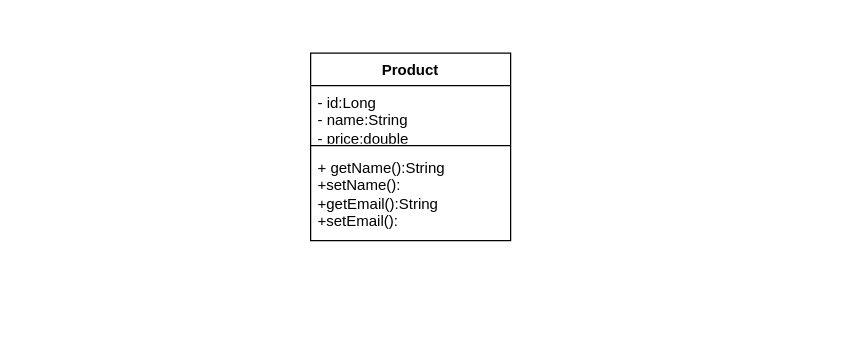
Earlier version of the draw.io diagram docs/uml/Product.drawio (SKA1117/products-api). Source tidied: cells renumbered, new cells numbered last; positions are measured from the earlier drawing's top-left corner, leaving out a move shared by most shapes. Both pictures are drawn from the tidied source at 125%, with x=0, y=0 at pixel (310, 52).
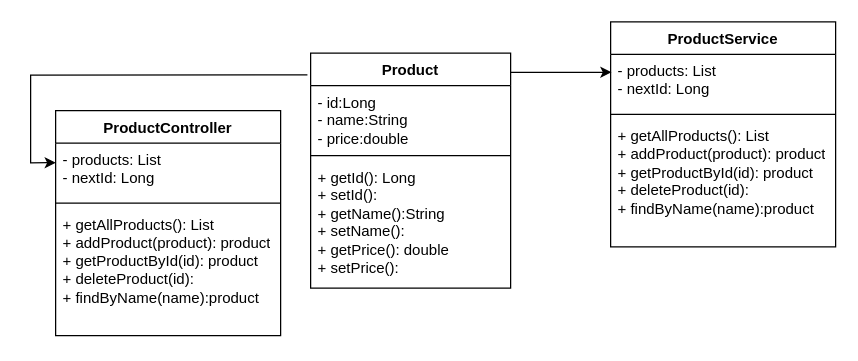
After the change.

Commit message (it also covers changes not shown here):
Tutorial 3: ProductService with List - four CRUD endpoints working

What changed in the source:
```diff
@@
 <mxGraphModel>
   <root>
     <mxCell id="0" />
     <mxCell id="1" parent="0" />
     <mxCell id="2" value="Product" style="swimlane;fontStyle=1;align=center;verticalAlign=top;horizontal=1;startSize=26;whiteSpace=wrap;html=1;" parent="1" vertex="1">
-      <mxGeometry width="160" height="150" as="geometry" />
+      <mxGeometry width="160" height="188" as="geometry" />
     </mxCell>
     <mxCell id="3" value="- id:Long&lt;div&gt;- name:String&lt;/div&gt;&lt;div&gt;- price:double&lt;/div&gt;" style="text;strokeColor=none;fillColor=none;align=left;verticalAlign=top;spacingLeft=4;spacingRight=4;overflow=hidden;whiteSpace=wrap;html=1;" parent="2" vertex="1">
-      <mxGeometry y="26" width="160" height="44" as="geometry" />
+      <mxGeometry y="26" width="160" height="52" as="geometry" />
     </mxCell>
     <mxCell id="4" style="line;strokeWidth=1;fillColor=none;align=left;verticalAlign=middle;spacingTop=-1;spacingLeft=3;spacingRight=3;labelPosition=right;strokeColor=inherit;" parent="2" vertex="1">
-      <mxGeometry y="70" width="160" height="8" as="geometry" />
+      <mxGeometry y="78" width="160" height="8" as="geometry" />
     </mxCell>
-    <mxCell id="5" value="+ getName():String&lt;div&gt;+setName():&lt;/div&gt;&lt;div&gt;+getEmail():String&lt;/div&gt;&lt;div&gt;+setEmail():&lt;/div&gt;" style="text;strokeColor=none;fillColor=none;align=left;verticalAlign=top;spacingLeft=4;spacingRight=4;overflow=hidden;whiteSpace=wrap;html=1;" parent="2" vertex="1">
-      <mxGeometry y="78" width="160" height="72" as="geometry" />
+    <mxCell id="5" value="+ getId(): Long&lt;div&gt;+ setId():&lt;br&gt;&lt;div&gt;+ getName():String&lt;div&gt;+ setName():&lt;/div&gt;&lt;div&gt;+ getPrice(): double&lt;/div&gt;&lt;/div&gt;&lt;/div&gt;&lt;div&gt;+ setPrice():&lt;/div&gt;" style="text;strokeColor=none;fillColor=none;align=left;verticalAlign=top;spacingLeft=4;spacingRight=4;overflow=hidden;whiteSpace=wrap;html=1;" parent="2" vertex="1">
+      <mxGeometry y="86" width="160" height="102" as="geometry" />
     </mxCell>
+    <mxCell id="6" value="ProductService" style="swimlane;fontStyle=1;align=center;verticalAlign=top;horizontal=1;startSize=26;whiteSpace=wrap;html=1;" parent="1" vertex="1">
+      <mxGeometry x="240" y="-25" width="180" height="180" as="geometry" />
+    </mxCell>
+    <mxCell id="7" value="- products: List&lt;div&gt;- nextId: Long&lt;/div&gt;" style="text;strokeColor=none;fillColor=none;align=left;verticalAlign=top;spacingLeft=4;spacingRight=4;overflow=hidden;points=[[0,0.5],[1,0.5]];portConstraint=eastwest;whiteSpace=wrap;html=1;" parent="6" vertex="1">
+      <mxGeometry y="26" width="180" height="44" as="geometry" />
+    </mxCell>
+    <mxCell id="8" style="line;strokeWidth=1;fillColor=none;align=left;verticalAlign=middle;spacingTop=-1;spacingLeft=3;spacingRight=3;labelPosition=right;strokeColor=inherit;" parent="6" vertex="1">
+      <mxGeometry y="70" width="180" height="8" as="geometry" />
+    </mxCell>
+    <mxCell id="9" value="+ getAllProducts(): List&lt;div&gt;+ addProduct(product): product&lt;br&gt;&lt;div&gt;+ getProductById(id): product&lt;div&gt;+ deleteProduct(id):&lt;/div&gt;&lt;div&gt;+ findByName(name):product&lt;/div&gt;&lt;/div&gt;&lt;/div&gt;" style="text;strokeColor=none;fillColor=none;align=left;verticalAlign=top;spacingLeft=4;spacingRight=4;overflow=hidden;whiteSpace=wrap;html=1;" parent="6" vertex="1">
+      <mxGeometry y="78" width="180" height="102" as="geometry" />
+    </mxCell>
+    <mxCell id="10" style="edgeStyle=orthogonalEdgeStyle;rounded=0;jettySize=auto;html=1;entryX=0.004;entryY=0.326;entryDx=0;entryDy=0;entryPerimeter=0;defaultLabelBackgroundColor=page;exitX=1;exitY=0.082;exitDx=0;exitDy=0;exitPerimeter=0;" parent="1" edge="1" source="2" target="7">
+      <mxGeometry x="-0.06" relative="1" as="geometry" />
+    </mxCell>
+    <mxCell id="11" value="ProductController" style="swimlane;fontStyle=1;align=center;verticalAlign=top;horizontal=1;startSize=26;whiteSpace=wrap;html=1;" parent="1" vertex="1">
+      <mxGeometry x="-204" y="46" width="180" height="180" as="geometry" />
+    </mxCell>
+    <mxCell id="12" value="- products: List&lt;div&gt;- nextId: Long&lt;/div&gt;" style="text;strokeColor=none;fillColor=none;align=left;verticalAlign=top;spacingLeft=4;spacingRight=4;overflow=hidden;points=[[0,0.5],[1,0.5]];portConstraint=eastwest;whiteSpace=wrap;html=1;" parent="11" vertex="1">
+      <mxGeometry y="26" width="180" height="44" as="geometry" />
+    </mxCell>
+    <mxCell id="13" style="line;strokeWidth=1;fillColor=none;align=left;verticalAlign=middle;spacingTop=-1;spacingLeft=3;spacingRight=3;labelPosition=right;strokeColor=inherit;" parent="11" vertex="1">
+      <mxGeometry y="70" width="180" height="8" as="geometry" />
+    </mxCell>
+    <mxCell id="14" value="+ getAllProducts(): List&lt;div&gt;+ addProduct(product): product&lt;br&gt;&lt;div&gt;+ getProductById(id): product&lt;div&gt;+ deleteProduct(id):&lt;/div&gt;&lt;div&gt;+ findByName(name):product&lt;/div&gt;&lt;/div&gt;&lt;/div&gt;" style="text;strokeColor=none;fillColor=none;align=left;verticalAlign=top;spacingLeft=4;spacingRight=4;overflow=hidden;whiteSpace=wrap;html=1;" parent="11" vertex="1">
+      <mxGeometry y="78" width="180" height="102" as="geometry" />
+    </mxCell>
+    <mxCell id="15" style="edgeStyle=orthogonalEdgeStyle;rounded=0;jettySize=auto;html=1;entryX=0.001;entryY=0.356;entryDx=0;entryDy=0;entryPerimeter=0;defaultLabelBackgroundColor=page;exitX=-0.016;exitY=0.093;exitDx=0;exitDy=0;exitPerimeter=0;" parent="1" edge="1" source="2" target="12">
+      <mxGeometry x="-0.76" relative="1" as="geometry" />
+    </mxCell>
   </root>
 </mxGraphModel>
```
